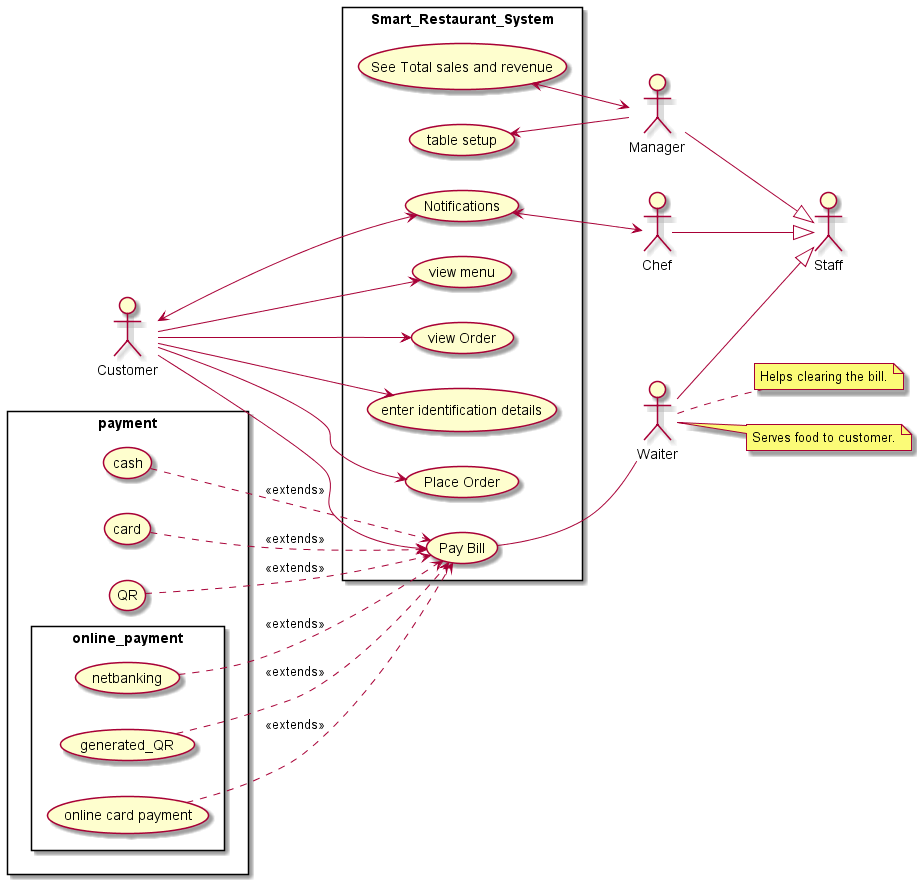
Before: UML Diagrams/Usecase.png, a diagram exported from PlantUML (BITS-Smart/Smart-Restaurant).
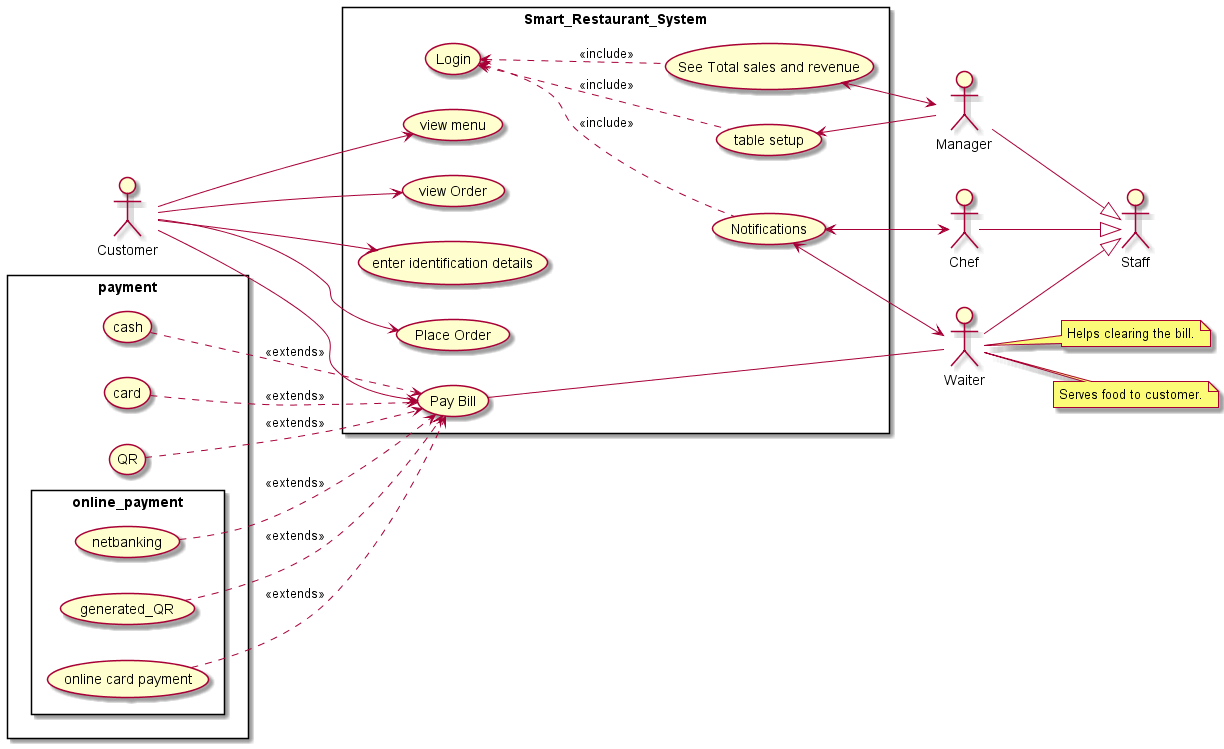
The same file after the commit.

Commit message:
Login added to use case diagram

Change to the diagram source:
```diff
@@ -11,11 +11,14 @@
 	(See Total sales and revenue) <--> mgr
     (table setup) <-- mgr
 	(Notifications) <--> cf
+	(Notifications) <--> wtr
+	(Login) <.. (table setup) : <<include>>
+	(Login) <.. (See Total sales and revenue) : <<include>>
+	(Login) <.. (Notifications) : <<include>>
 	c --> (view menu)
 	c --> (view Order)
 	c --> (enter identification details)
 	c --> (Place Order)
-	c <--> (Notifications)
 	c --> (Pay Bill)
 	(Pay Bill) -- wtr
 }
```
